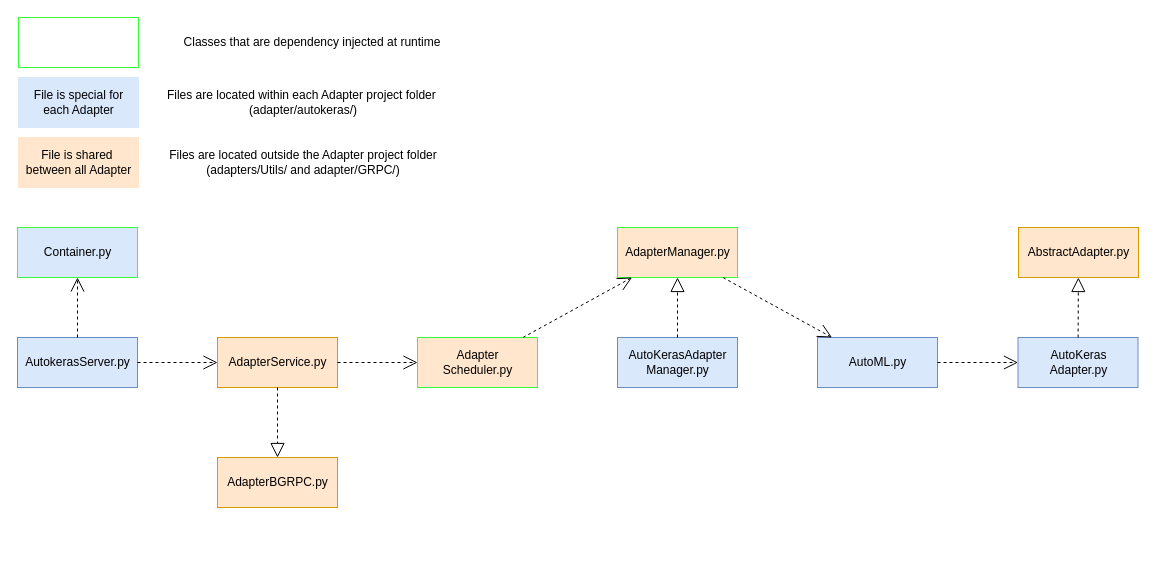
Above: docs/draw.io/Adapter file structure.drawio in hochschule-darmstadt/MetaAutoML (draw.io), before the change. Source tidied: cells renumbered, new cells numbered last; positions are measured from the earlier drawing's top-left corner, leaving out a move shared by most shapes. Both pictures are drawn from the tidied source at 100%, with x=0, y=0 at pixel (17, 17).
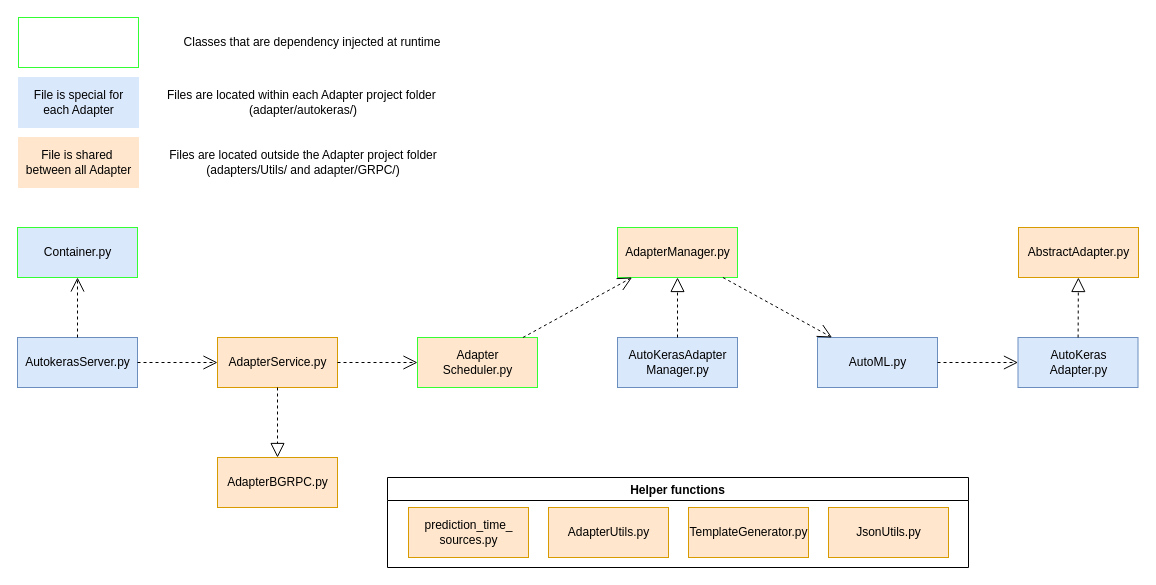
After the change.

The edit, as a diff of the source:
```diff
@@
+    <mxCell id="27" value="AdapterUtils.py" style="html=1;fillColor=#ffe6cc;strokeColor=#d79b00;" parent="1" vertex="1">
+      <mxGeometry x="531" y="490" width="120" height="50" as="geometry" />
+    </mxCell>
+    <mxCell id="28" value="JsonUtils.py" style="html=1;fillColor=#ffe6cc;strokeColor=#d79b00;" parent="1" vertex="1">
+      <mxGeometry x="811" y="490" width="120" height="50" as="geometry" />
+    </mxCell>
+    <mxCell id="29" value="TemplateGenerator.py" style="html=1;fillColor=#ffe6cc;strokeColor=#d79b00;" parent="1" vertex="1">
+      <mxGeometry x="671" y="490" width="120" height="50" as="geometry" />
+    </mxCell>
+    <mxCell id="30" value="Helper functions" style="swimlane;fillColor=none;" parent="1" vertex="1">
+      <mxGeometry x="370" y="460" width="581" height="90" as="geometry" />
+    </mxCell>
+    <mxCell id="31" value="prediction_time_&lt;br&gt;sources.py" style="html=1;fillColor=#ffe6cc;strokeColor=#d79b00;" parent="1" vertex="1">
+      <mxGeometry x="391" y="490" width="120" height="50" as="geometry" />
+    </mxCell>
```
